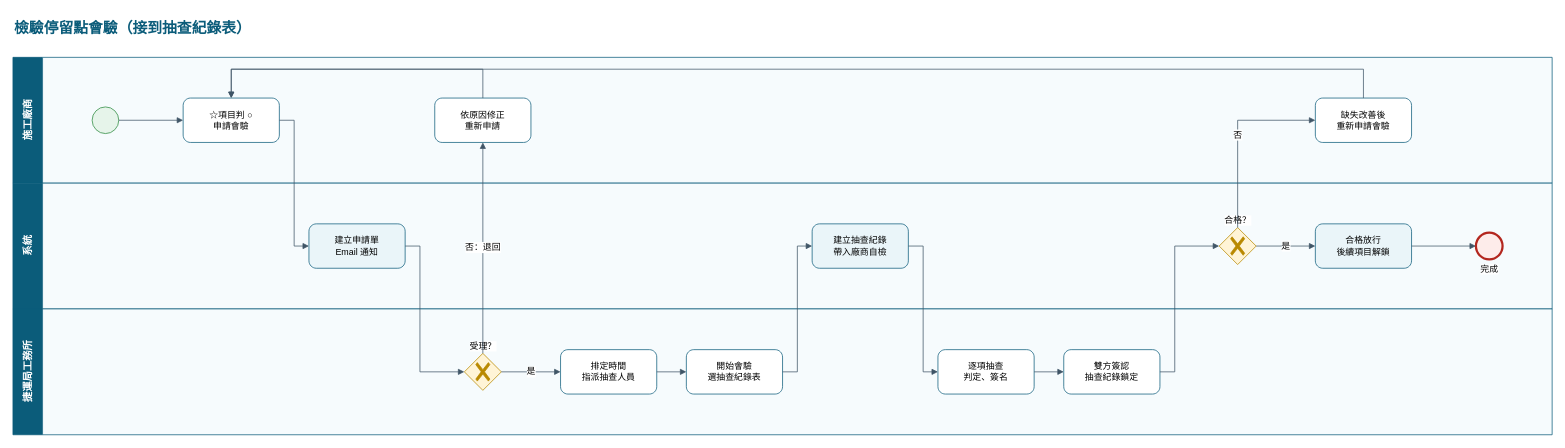
brianchou7310/MRT-Construction-QMS keeps this draw.io diagram as page "檢驗停留點會驗（接到抽查紀錄表）" (3 of 8) of 捷運施工查驗系統_缺失與停留點流程_BPMN.drawio. Above is the earlier version. Source tidied: cells renumbered, new cells numbered last; positions are measured from the earlier drawing's top-left corner, leaving out a move shared by most shapes. Both pictures are drawn from the tidied source at 74%, with x=0, y=0 at pixel (13, 13).
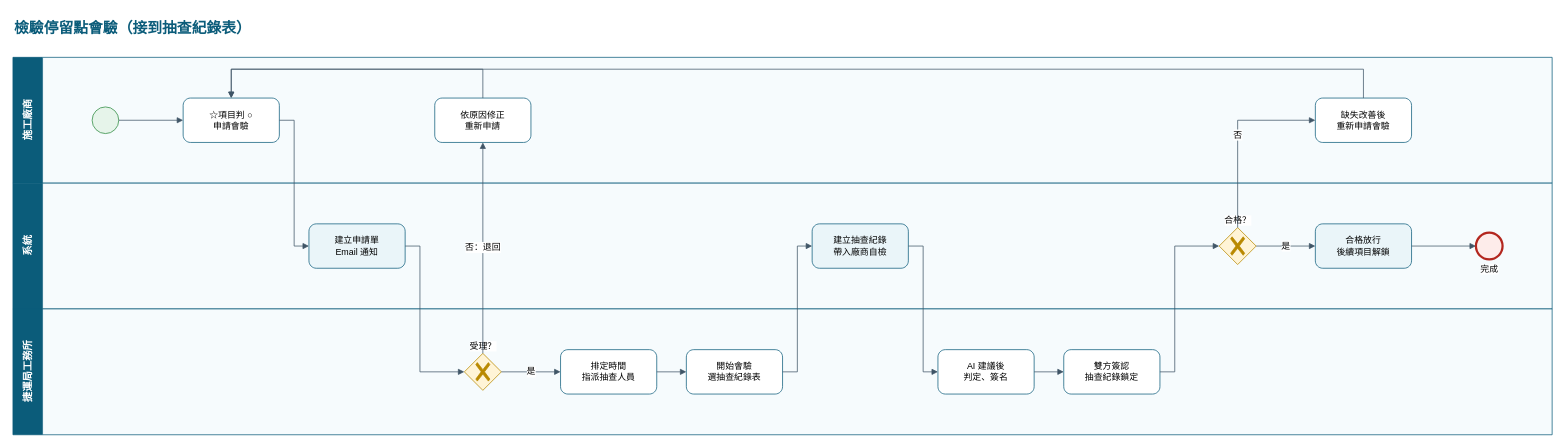
The same diagram, later.

The change refers to these unchanged cells:
```xml
<mxCell id="5" value="捷運局工務所" style="swimlane;html=1;startSize=40;horizontal=0;fontSize=14;fontStyle=1;fillColor=#0B5C7A;fontColor=#ffffff;strokeColor=#0B5C7A;swimlaneFillColor=#F6FBFD;" parent="1" vertex="1">
  <mxGeometry y="400" width="2080" height="170" as="geometry" />
</mxCell>
```

What changed in the source:
```diff
@@
-    <mxCell id="14" value="逐項抽查&lt;br&gt;判定、簽名" style="points=[[0.25,0,0],[0.5,0,0],[0.75,0,0],[1,0.25,0],[1,0.5,0],[1,0.75,0],[0.75,1,0],[0.5,1,0],[0.25,1,0],[0,0.75,0],[0,0.5,0],[0,0.25,0]];shape=mxgraph.bpmn.task;whiteSpace=wrap;rectStyle=rounded;size=10;html=1;taskMarker=abstract;fontSize=12;fillColor=#FFFFFF;strokeColor=#0B5C7A;" parent="5" vertex="1">
+    <mxCell id="14" value="AI 建議後&lt;br&gt;判定、簽名" style="points=[[0.25,0,0],[0.5,0,0],[0.75,0,0],[1,0.25,0],[1,0.5,0],[1,0.75,0],[0.75,1,0],[0.5,1,0],[0.25,1,0],[0,0.75,0],[0,0.5,0],[0,0.25,0]];shape=mxgraph.bpmn.task;whiteSpace=wrap;rectStyle=rounded;size=10;html=1;taskMarker=abstract;fontSize=12;fillColor=#FFFFFF;strokeColor=#0B5C7A;" parent="5" vertex="1">
       <mxGeometry x="1250" y="55" width="130" height="60" as="geometry" />
     </mxCell>
```
